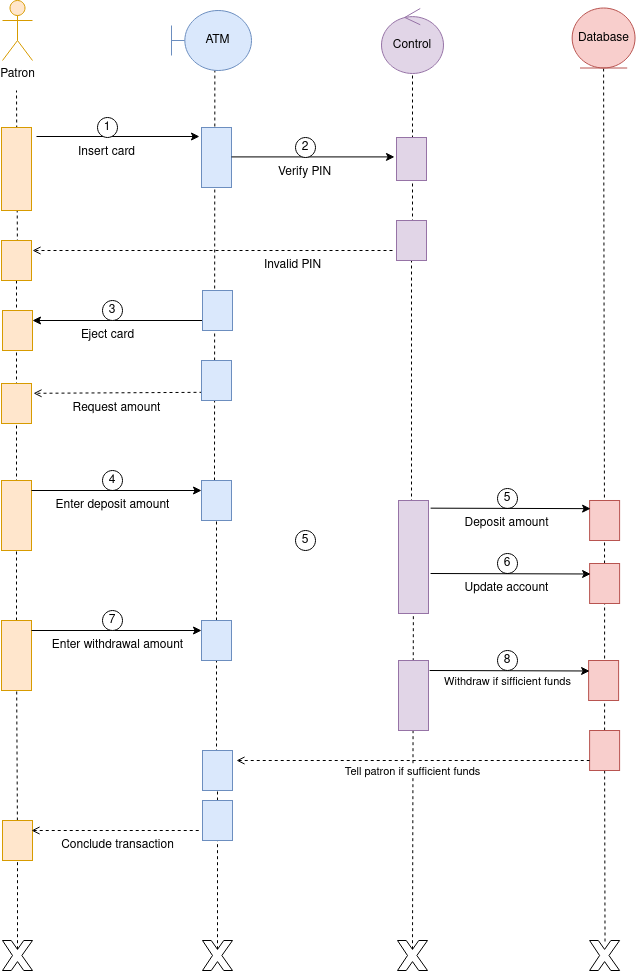
Chugani05/entorno_de_desarrollo keeps this draw.io diagram as diagramas/Diagrama de secuencia cajero automatico.png. Above is the earlier version. Source tidied: cells renumbered, new cells last; positions are measured from the earlier drawing's top-left corner, leaving out a move shared by most shapes. Source of this version:
```xml
<mxGraphModel>
  <root>
    <mxCell id="0" />
    <mxCell id="1" parent="0" />
    <mxCell id="2" value="Insert card" style="text;html=1;align=center;verticalAlign=middle;strokeColor=none;fillColor=none;" parent="1" vertex="1">
      <mxGeometry x="65" y="137" width="80" height="30" as="geometry" />
    </mxCell>
    <mxCell id="3" style="endArrow=classic;html=1;rounded=0;entryX=0.15;entryY=1.067;entryDx=0;entryDy=0;entryPerimeter=0;" parent="1" edge="1" target="15">
      <mxGeometry relative="1" as="geometry">
        <mxPoint x="35" y="136" as="sourcePoint" />
      </mxGeometry>
    </mxCell>
    <mxCell id="4" value="1" style="ellipse;whiteSpace=wrap;html=1;" parent="1" vertex="1">
      <mxGeometry x="96" y="117" width="20" height="20" as="geometry" />
    </mxCell>
    <mxCell id="5" value="Eject card" style="text;html=1;align=center;verticalAlign=middle;strokeColor=none;fillColor=none;" parent="1" vertex="1">
      <mxGeometry x="66" y="320" width="80" height="30" as="geometry" />
    </mxCell>
    <mxCell id="6" style="endArrow=none;html=1;rounded=0;exitX=0.25;exitY=0;exitDx=0;exitDy=0;entryX=0.15;entryY=1.067;entryDx=0;entryDy=0;entryPerimeter=0;endFill=0;startArrow=classic;startFill=1;" parent="1" edge="1" source="37">
      <mxGeometry relative="1" as="geometry">
        <mxPoint x="201" y="320" as="targetPoint" />
      </mxGeometry>
    </mxCell>
    <mxCell id="7" style="endArrow=open;dashed=1;html=1;rounded=0;endFill=0;exitX=0.667;exitY=1;exitDx=0;exitDy=0;exitPerimeter=0;entryX=0.157;entryY=-0.038;entryDx=0;entryDy=0;entryPerimeter=0;" parent="1" edge="1">
      <mxGeometry relative="1" as="geometry">
        <mxPoint x="201" y="391.8" as="sourcePoint" />
        <mxPoint x="32" y="392.8" as="targetPoint" />
      </mxGeometry>
    </mxCell>
    <mxCell id="8" value="3" style="ellipse;whiteSpace=wrap;html=1;" parent="1" vertex="1">
      <mxGeometry x="101" y="300" width="20" height="20" as="geometry" />
    </mxCell>
    <mxCell id="9" value="4" style="ellipse;whiteSpace=wrap;html=1;" parent="1" vertex="1">
      <mxGeometry x="101" y="470" width="20" height="20" as="geometry" />
    </mxCell>
    <mxCell id="10" value="5" style="ellipse;whiteSpace=wrap;html=1;" parent="1" vertex="1">
      <mxGeometry x="496" y="488" width="20" height="20" as="geometry" />
    </mxCell>
    <mxCell id="11" value="6" style="ellipse;whiteSpace=wrap;html=1;" parent="1" vertex="1">
      <mxGeometry x="496" y="553" width="20" height="20" as="geometry" />
    </mxCell>
    <mxCell id="12" style="verticalLabelPosition=bottom;verticalAlign=top;html=1;shape=mxgraph.basic.x;" parent="1" vertex="1">
      <mxGeometry x="201" y="940" width="30" height="30" as="geometry" />
    </mxCell>
    <mxCell id="13" style="verticalLabelPosition=bottom;verticalAlign=top;html=1;shape=mxgraph.basic.x;" parent="1" vertex="1">
      <mxGeometry x="1" y="940" width="30" height="30" as="geometry" />
    </mxCell>
    <mxCell id="14" style="endArrow=none;dashed=1;html=1;rounded=0;verticalAlign=bottom;entryX=0.542;entryY=0.997;entryDx=0;entryDy=0;entryPerimeter=0;" parent="1" edge="1" target="24">
      <mxGeometry relative="1" as="geometry">
        <mxPoint x="213" y="480" as="sourcePoint" />
      </mxGeometry>
    </mxCell>
    <mxCell id="15" style="rounded=0;whiteSpace=wrap;html=1;direction=south;verticalAlign=top;fillColor=#dae8fc;strokeColor=#6c8ebf;" parent="1" vertex="1">
      <mxGeometry x="200" y="127" width="30" height="60" as="geometry" />
    </mxCell>
    <mxCell id="16" style="endArrow=none;dashed=1;html=1;rounded=0;" parent="1" edge="1">
      <mxGeometry relative="1" as="geometry">
        <mxPoint x="16" y="260" as="sourcePoint" />
        <mxPoint x="15" y="90" as="targetPoint" />
      </mxGeometry>
    </mxCell>
    <mxCell id="17" style="rounded=0;whiteSpace=wrap;html=1;direction=south;fillColor=#ffe6cc;strokeColor=#d79b00;" parent="1" vertex="1">
      <mxGeometry y="127" width="30" height="83" as="geometry" />
    </mxCell>
    <mxCell id="18" style="verticalLabelPosition=bottom;verticalAlign=top;html=1;shape=mxgraph.basic.x;" parent="1" vertex="1">
      <mxGeometry x="396" y="940" width="30" height="30" as="geometry" />
    </mxCell>
    <mxCell id="19" style="verticalLabelPosition=bottom;verticalAlign=top;html=1;shape=mxgraph.basic.x;" parent="1" vertex="1">
      <mxGeometry x="588.1" y="940" width="30" height="30" as="geometry" />
    </mxCell>
    <mxCell id="20" style="endArrow=none;dashed=1;html=1;rounded=0;" parent="1" edge="1" target="22">
      <mxGeometry relative="1" as="geometry">
        <mxPoint x="411" y="240" as="sourcePoint" />
      </mxGeometry>
    </mxCell>
    <mxCell id="21" style="endArrow=none;dashed=1;html=1;rounded=0;entryX=0.5;entryY=1;entryDx=0;entryDy=0;" parent="1" edge="1" source="57" target="23">
      <mxGeometry relative="1" as="geometry" />
    </mxCell>
    <mxCell id="22" value="Control" style="ellipse;shape=umlControl;whiteSpace=wrap;html=1;fillColor=#e1d5e7;strokeColor=#9673a6;" parent="1" vertex="1">
      <mxGeometry x="380" y="8" width="62" height="65" as="geometry" />
    </mxCell>
    <mxCell id="23" value="Database" style="ellipse;shape=umlEntity;whiteSpace=wrap;html=1;fillColor=#f8cecc;strokeColor=#b85450;" parent="1" vertex="1">
      <mxGeometry x="570.6" y="7.5" width="62.9" height="60" as="geometry" />
    </mxCell>
    <mxCell id="24" value="ATM" style="shape=umlBoundary;whiteSpace=wrap;html=1;fillColor=#dae8fc;strokeColor=#6c8ebf;" parent="1" vertex="1">
      <mxGeometry x="170" y="10" width="80" height="60" as="geometry" />
    </mxCell>
    <mxCell id="25" value="Patron" style="shape=umlActor;verticalLabelPosition=bottom;verticalAlign=top;html=1;fillColor=#ffe6cc;strokeColor=#d79b00;" parent="1" vertex="1">
      <mxGeometry x="1" width="30" height="60" as="geometry" />
    </mxCell>
    <mxCell id="26" style="rounded=0;whiteSpace=wrap;html=1;direction=south;verticalAlign=top;fillColor=#e1d5e7;strokeColor=#9673a6;" parent="1" vertex="1">
      <mxGeometry x="395" y="137" width="30" height="43" as="geometry" />
    </mxCell>
    <mxCell id="27" style="endArrow=classic;html=1;rounded=0;entryX=0.15;entryY=1.067;entryDx=0;entryDy=0;entryPerimeter=0;" parent="1" edge="1">
      <mxGeometry relative="1" as="geometry">
        <mxPoint x="230" y="156.4" as="sourcePoint" />
        <mxPoint x="393" y="156.4" as="targetPoint" />
      </mxGeometry>
    </mxCell>
    <mxCell id="28" value="2" style="ellipse;whiteSpace=wrap;html=1;" parent="1" vertex="1">
      <mxGeometry x="294" y="137" width="20" height="20" as="geometry" />
    </mxCell>
    <mxCell id="29" value="Verify PIN" style="text;html=1;align=center;verticalAlign=middle;strokeColor=none;fillColor=none;" parent="1" vertex="1">
      <mxGeometry x="263" y="157" width="80" height="30" as="geometry" />
    </mxCell>
    <mxCell id="30" style="endArrow=open;dashed=1;html=1;rounded=0;endFill=0;exitX=0.667;exitY=1;exitDx=0;exitDy=0;exitPerimeter=0;" parent="1" edge="1">
      <mxGeometry relative="1" as="geometry">
        <mxPoint x="391" y="250" as="sourcePoint" />
        <mxPoint x="31" y="250" as="targetPoint" />
      </mxGeometry>
    </mxCell>
    <mxCell id="31" style="endArrow=none;dashed=1;html=1;rounded=0;" parent="1" edge="1" target="32">
      <mxGeometry relative="1" as="geometry">
        <mxPoint x="410" y="520" as="sourcePoint" />
      </mxGeometry>
    </mxCell>
    <mxCell id="32" style="rounded=0;whiteSpace=wrap;html=1;direction=south;verticalAlign=top;fillColor=#e1d5e7;strokeColor=#9673a6;" parent="1" vertex="1">
      <mxGeometry x="395" y="220" width="30" height="40" as="geometry" />
    </mxCell>
    <mxCell id="33" value="Invalid PIN" style="text;html=1;align=center;verticalAlign=middle;strokeColor=none;fillColor=none;" parent="1" vertex="1">
      <mxGeometry x="251" y="250" width="80" height="30" as="geometry" />
    </mxCell>
    <mxCell id="34" style="endArrow=none;dashed=1;html=1;rounded=0;" parent="1" edge="1" target="35">
      <mxGeometry relative="1" as="geometry">
        <mxPoint x="15" y="403" as="sourcePoint" />
      </mxGeometry>
    </mxCell>
    <mxCell id="35" style="rounded=0;whiteSpace=wrap;html=1;direction=south;verticalAlign=top;fillColor=#ffe6cc;strokeColor=#d79b00;" parent="1" vertex="1">
      <mxGeometry y="240" width="30" height="40" as="geometry" />
    </mxCell>
    <mxCell id="36" style="rounded=0;whiteSpace=wrap;html=1;direction=south;verticalAlign=top;fillColor=#dae8fc;strokeColor=#6c8ebf;" parent="1" vertex="1">
      <mxGeometry x="201" y="290" width="30" height="40" as="geometry" />
    </mxCell>
    <mxCell id="37" style="rounded=0;whiteSpace=wrap;html=1;direction=south;verticalAlign=top;fillColor=#ffe6cc;strokeColor=#d79b00;" parent="1" vertex="1">
      <mxGeometry x="1" y="310" width="30" height="40" as="geometry" />
    </mxCell>
    <mxCell id="38" style="rounded=0;whiteSpace=wrap;html=1;direction=south;verticalAlign=top;fillColor=#dae8fc;strokeColor=#6c8ebf;" parent="1" vertex="1">
      <mxGeometry x="200" y="360" width="30" height="40" as="geometry" />
    </mxCell>
    <mxCell id="39" style="endArrow=none;dashed=1;html=1;rounded=0;" parent="1" edge="1" target="40">
      <mxGeometry relative="1" as="geometry">
        <mxPoint x="15" y="500" as="sourcePoint" />
      </mxGeometry>
    </mxCell>
    <mxCell id="40" style="rounded=0;whiteSpace=wrap;html=1;direction=south;verticalAlign=top;fillColor=#ffe6cc;strokeColor=#d79b00;" parent="1" vertex="1">
      <mxGeometry y="383" width="30" height="40" as="geometry" />
    </mxCell>
    <mxCell id="41" value="Request amount" style="text;html=1;align=center;verticalAlign=middle;strokeColor=none;fillColor=none;" parent="1" vertex="1">
      <mxGeometry x="60" y="393" width="110" height="30" as="geometry" />
    </mxCell>
    <mxCell id="42" style="endArrow=none;dashed=1;html=1;rounded=0;" parent="1" edge="1" source="78" target="45">
      <mxGeometry relative="1" as="geometry" />
    </mxCell>
    <mxCell id="43" style="endArrow=none;dashed=1;html=1;rounded=0;" parent="1" edge="1" target="44">
      <mxGeometry relative="1" as="geometry">
        <mxPoint x="15" y="620" as="sourcePoint" />
      </mxGeometry>
    </mxCell>
    <mxCell id="44" style="rounded=0;whiteSpace=wrap;html=1;direction=south;verticalAlign=top;fillColor=#ffe6cc;strokeColor=#d79b00;" parent="1" vertex="1">
      <mxGeometry y="480" width="30" height="70" as="geometry" />
    </mxCell>
    <mxCell id="45" style="rounded=0;whiteSpace=wrap;html=1;direction=south;verticalAlign=top;fillColor=#ffe6cc;strokeColor=#d79b00;" parent="1" vertex="1">
      <mxGeometry y="620" width="30" height="70" as="geometry" />
    </mxCell>
    <mxCell id="46" style="endArrow=none;dashed=1;html=1;rounded=0;verticalAlign=bottom;" parent="1" edge="1" target="47">
      <mxGeometry relative="1" as="geometry">
        <mxPoint x="215" y="770" as="sourcePoint" />
      </mxGeometry>
    </mxCell>
    <mxCell id="47" style="rounded=0;whiteSpace=wrap;html=1;direction=south;verticalAlign=top;fillColor=#dae8fc;strokeColor=#6c8ebf;" parent="1" vertex="1">
      <mxGeometry x="200" y="480" width="30" height="40" as="geometry" />
    </mxCell>
    <mxCell id="48" style="rounded=0;whiteSpace=wrap;html=1;direction=south;verticalAlign=top;fillColor=#dae8fc;strokeColor=#6c8ebf;" parent="1" vertex="1">
      <mxGeometry x="200" y="620" width="30" height="40" as="geometry" />
    </mxCell>
    <mxCell id="49" style="endArrow=classic;html=1;rounded=0;exitX=0.25;exitY=0;exitDx=0;exitDy=0;entryX=0.15;entryY=1.067;entryDx=0;entryDy=0;entryPerimeter=0;endFill=1;startArrow=none;startFill=0;" parent="1" edge="1">
      <mxGeometry relative="1" as="geometry">
        <mxPoint x="30" y="490" as="sourcePoint" />
        <mxPoint x="200" y="490" as="targetPoint" />
      </mxGeometry>
    </mxCell>
    <mxCell id="50" style="endArrow=classic;html=1;rounded=0;exitX=0.25;exitY=0;exitDx=0;exitDy=0;entryX=0.15;entryY=1.067;entryDx=0;entryDy=0;entryPerimeter=0;endFill=1;startArrow=none;startFill=0;" parent="1" edge="1">
      <mxGeometry relative="1" as="geometry">
        <mxPoint x="30" y="630" as="sourcePoint" />
        <mxPoint x="200" y="630" as="targetPoint" />
      </mxGeometry>
    </mxCell>
    <mxCell id="51" value="Enter deposit amount" style="text;html=1;align=center;verticalAlign=middle;strokeColor=none;fillColor=none;" parent="1" vertex="1">
      <mxGeometry x="41" y="490" width="140" height="30" as="geometry" />
    </mxCell>
    <mxCell id="52" value="Enter withdrawal amount" style="text;html=1;align=center;verticalAlign=middle;strokeColor=none;fillColor=none;" parent="1" vertex="1">
      <mxGeometry x="41" y="630" width="150" height="30" as="geometry" />
    </mxCell>
    <mxCell id="53" style="endArrow=none;dashed=1;html=1;rounded=0;exitX=0.5;exitY=0.29;exitDx=0;exitDy=0;exitPerimeter=0;" parent="1" edge="1" source="18" target="54">
      <mxGeometry relative="1" as="geometry" />
    </mxCell>
    <mxCell id="54" style="rounded=0;whiteSpace=wrap;html=1;direction=south;fillColor=#e1d5e7;strokeColor=#9673a6;" parent="1" vertex="1">
      <mxGeometry x="397" y="500" width="30" height="113" as="geometry" />
    </mxCell>
    <mxCell id="55" style="rounded=0;whiteSpace=wrap;html=1;direction=south;verticalAlign=top;fillColor=#f8cecc;strokeColor=#b85450;" parent="1" vertex="1">
      <mxGeometry x="588.1" y="500" width="30" height="40" as="geometry" />
    </mxCell>
    <mxCell id="56" style="endArrow=none;dashed=1;html=1;rounded=0;" parent="1" edge="1" source="67" target="57">
      <mxGeometry relative="1" as="geometry" />
    </mxCell>
    <mxCell id="57" style="rounded=0;whiteSpace=wrap;html=1;direction=south;verticalAlign=top;fillColor=#f8cecc;strokeColor=#b85450;" parent="1" vertex="1">
      <mxGeometry x="588.1" y="563" width="30" height="40" as="geometry" />
    </mxCell>
    <mxCell id="58" style="endArrow=classic;html=1;rounded=0;exitX=0.25;exitY=0;exitDx=0;exitDy=0;endFill=1;startArrow=none;startFill=0;" parent="1" edge="1">
      <mxGeometry relative="1" as="geometry">
        <mxPoint x="429.1" y="507.7" as="sourcePoint" />
        <mxPoint x="589.1" y="508.2" as="targetPoint" />
      </mxGeometry>
    </mxCell>
    <mxCell id="59" style="endArrow=classic;html=1;rounded=0;exitX=0.25;exitY=0;exitDx=0;exitDy=0;endFill=1;startArrow=none;startFill=0;" parent="1" edge="1">
      <mxGeometry relative="1" as="geometry">
        <mxPoint x="429.1" y="573" as="sourcePoint" />
        <mxPoint x="589.1" y="573.5" as="targetPoint" />
      </mxGeometry>
    </mxCell>
    <mxCell id="60" value="Deposit amount" style="text;html=1;align=center;verticalAlign=middle;strokeColor=none;fillColor=none;" parent="1" vertex="1">
      <mxGeometry x="450" y="508" width="110" height="30" as="geometry" />
    </mxCell>
    <mxCell id="61" value="Update account" style="text;html=1;align=center;verticalAlign=middle;strokeColor=none;fillColor=none;" parent="1" vertex="1">
      <mxGeometry x="450" y="573" width="110" height="30" as="geometry" />
    </mxCell>
    <mxCell id="62" value="5" style="ellipse;whiteSpace=wrap;html=1;" parent="1" vertex="1">
      <mxGeometry x="294" y="530" width="20" height="20" as="geometry" />
    </mxCell>
    <mxCell id="63" value="7" style="ellipse;whiteSpace=wrap;html=1;" parent="1" vertex="1">
      <mxGeometry x="101" y="610" width="20" height="20" as="geometry" />
    </mxCell>
    <mxCell id="64" style="rounded=0;whiteSpace=wrap;html=1;direction=south;fillColor=#e1d5e7;strokeColor=#9673a6;" parent="1" vertex="1">
      <mxGeometry x="397" y="660" width="30" height="70" as="geometry" />
    </mxCell>
    <mxCell id="65" style="rounded=0;whiteSpace=wrap;html=1;direction=south;verticalAlign=top;fillColor=#f8cecc;strokeColor=#b85450;" parent="1" vertex="1">
      <mxGeometry x="587.1" y="660" width="30" height="40" as="geometry" />
    </mxCell>
    <mxCell id="66" style="endArrow=none;dashed=1;html=1;rounded=0;exitX=0.514;exitY=0.033;exitDx=0;exitDy=0;exitPerimeter=0;" parent="1" edge="1" source="19" target="67">
      <mxGeometry relative="1" as="geometry" />
    </mxCell>
    <mxCell id="67" style="rounded=0;whiteSpace=wrap;html=1;direction=south;verticalAlign=top;fillColor=#f8cecc;strokeColor=#b85450;" parent="1" vertex="1">
      <mxGeometry x="588.1" y="730" width="30" height="40" as="geometry" />
    </mxCell>
    <mxCell id="68" style="endArrow=classic;html=1;rounded=0;exitX=0.25;exitY=0;exitDx=0;exitDy=0;endFill=1;startArrow=none;startFill=0;" parent="1" edge="1">
      <mxGeometry relative="1" as="geometry">
        <mxPoint x="428.1" y="670" as="sourcePoint" />
        <mxPoint x="588.1" y="670.5" as="targetPoint" />
      </mxGeometry>
    </mxCell>
    <mxCell id="69" value="Withdraw if sifficient funds" style="edgeLabel;html=1;align=center;verticalAlign=middle;" parent="68" vertex="1">
      <mxGeometry x="-0.07" y="-3" relative="1" as="geometry">
        <mxPoint x="2" y="7" as="offset" />
      </mxGeometry>
    </mxCell>
    <mxCell id="70" value="8" style="ellipse;whiteSpace=wrap;html=1;" parent="1" vertex="1">
      <mxGeometry x="496" y="650" width="20" height="20" as="geometry" />
    </mxCell>
    <mxCell id="71" style="endArrow=none;dashed=1;html=1;rounded=0;entryX=0.75;entryY=1;entryDx=0;entryDy=0;startArrow=open;startFill=0;" parent="1" edge="1" target="67">
      <mxGeometry relative="1" as="geometry">
        <mxPoint x="235" y="760" as="sourcePoint" />
      </mxGeometry>
    </mxCell>
    <mxCell id="72" value="Tell patron if sufficient funds" style="edgeLabel;html=1;align=center;verticalAlign=middle;" parent="71" vertex="1">
      <mxGeometry x="-0.2" y="-3" relative="1" as="geometry">
        <mxPoint x="34" y="7" as="offset" />
      </mxGeometry>
    </mxCell>
    <mxCell id="73" style="endArrow=none;dashed=1;html=1;rounded=0;verticalAlign=bottom;" parent="1" edge="1" target="74">
      <mxGeometry relative="1" as="geometry">
        <mxPoint x="216" y="830" as="sourcePoint" />
      </mxGeometry>
    </mxCell>
    <mxCell id="74" style="rounded=0;whiteSpace=wrap;html=1;direction=south;verticalAlign=top;fillColor=#dae8fc;strokeColor=#6c8ebf;" parent="1" vertex="1">
      <mxGeometry x="201" y="750" width="30" height="40" as="geometry" />
    </mxCell>
    <mxCell id="75" style="endArrow=none;dashed=1;html=1;rounded=0;exitX=0.5;exitY=0.29;exitDx=0;exitDy=0;exitPerimeter=0;verticalAlign=bottom;" parent="1" edge="1" source="12" target="76">
      <mxGeometry relative="1" as="geometry" />
    </mxCell>
    <mxCell id="76" style="rounded=0;whiteSpace=wrap;html=1;direction=south;verticalAlign=top;fillColor=#dae8fc;strokeColor=#6c8ebf;" parent="1" vertex="1">
      <mxGeometry x="201" y="800" width="30" height="40" as="geometry" />
    </mxCell>
    <mxCell id="77" style="endArrow=none;dashed=1;html=1;rounded=0;exitX=0.5;exitY=0.29;exitDx=0;exitDy=0;exitPerimeter=0;" parent="1" edge="1" source="13" target="78">
      <mxGeometry relative="1" as="geometry" />
    </mxCell>
    <mxCell id="78" style="rounded=0;whiteSpace=wrap;html=1;direction=south;verticalAlign=top;fillColor=#ffe6cc;strokeColor=#d79b00;" parent="1" vertex="1">
      <mxGeometry x="1" y="820" width="30" height="40" as="geometry" />
    </mxCell>
    <mxCell id="79" style="endArrow=none;html=1;rounded=0;exitX=0.25;exitY=0;exitDx=0;exitDy=0;entryX=0.15;entryY=1.067;entryDx=0;entryDy=0;entryPerimeter=0;endFill=0;startArrow=open;startFill=0;dashed=1;" parent="1" edge="1">
      <mxGeometry relative="1" as="geometry">
        <mxPoint x="30" y="830" as="sourcePoint" />
        <mxPoint x="200" y="830" as="targetPoint" />
      </mxGeometry>
    </mxCell>
    <mxCell id="80" value="Conclude transaction" style="text;html=1;align=center;verticalAlign=middle;strokeColor=none;fillColor=none;" parent="1" vertex="1">
      <mxGeometry x="46" y="830" width="140" height="30" as="geometry" />
    </mxCell>
  </root>
</mxGraphModel>
```
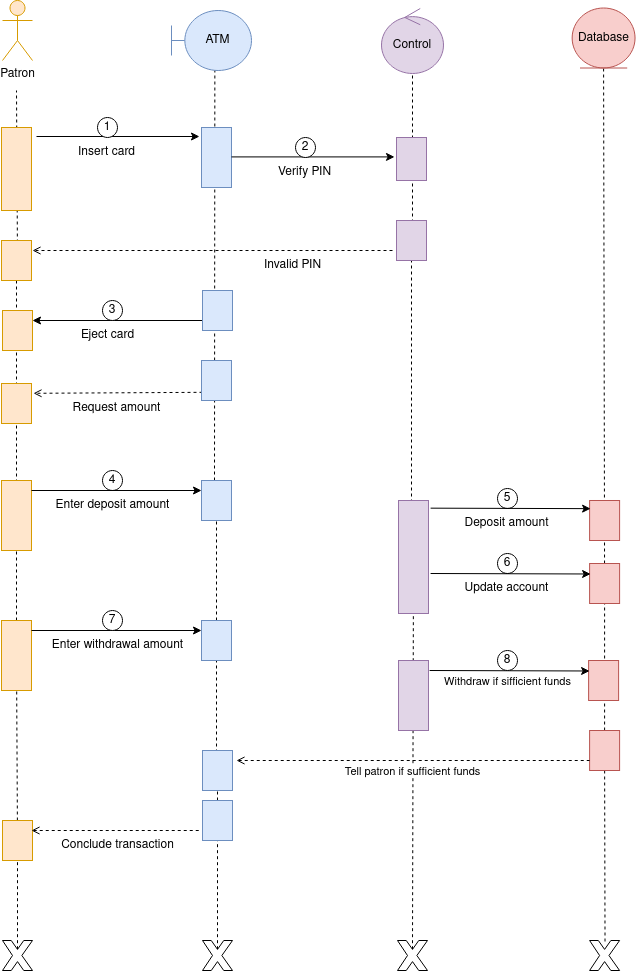
The same file after the commit.

Change to the diagram source:
```diff
@@ -224,9 +224,6 @@
     <mxCell id="61" value="Update account" style="text;html=1;align=center;verticalAlign=middle;strokeColor=none;fillColor=none;" parent="1" vertex="1">
       <mxGeometry x="450" y="573" width="110" height="30" as="geometry" />
     </mxCell>
-    <mxCell id="62" value="5" style="ellipse;whiteSpace=wrap;html=1;" parent="1" vertex="1">
-      <mxGeometry x="294" y="530" width="20" height="20" as="geometry" />
-    </mxCell>
     <mxCell id="63" value="7" style="ellipse;whiteSpace=wrap;html=1;" parent="1" vertex="1">
       <mxGeometry x="101" y="610" width="20" height="20" as="geometry" />
     </mxCell>
```
